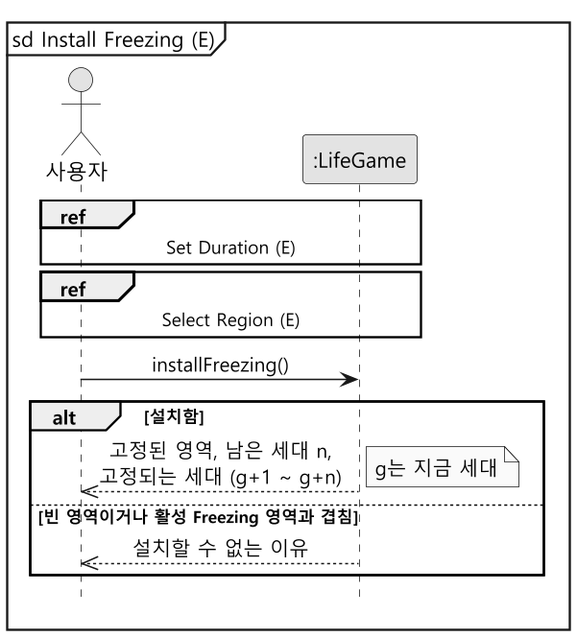
Above: docs/freezing/diagram/ssd-install.png in mckimR1972/DP_team_project (PlantUML), before the change.
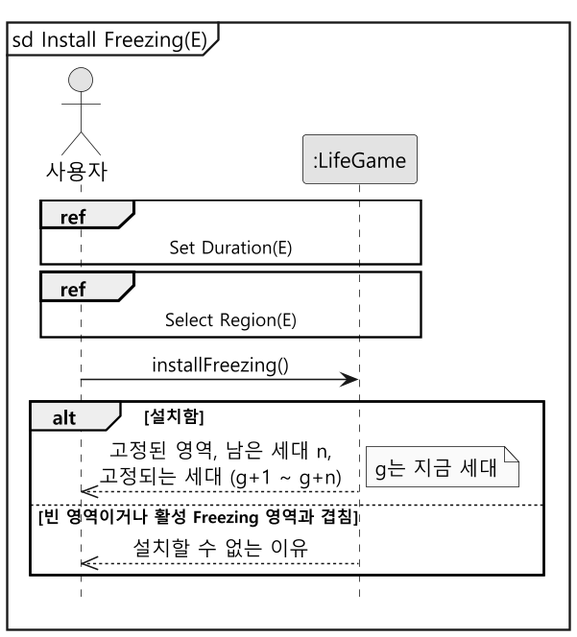
After the change.

Diff of the diagram source:
```diff
@@ -5,13 +5,13 @@
 skinparam defaultFontName "Malgun Gothic"
 skinparam sequenceMessageAlign center
 hide footbox
-mainframe sd Install Freezing (E)
+mainframe sd Install Freezing(E)
 
 actor "사용자" as User
 participant ":LifeGame" as System
 
-ref over User, System : Set Duration (E)
-ref over User, System : Select Region (E)
+ref over User, System : Set Duration(E)
+ref over User, System : Select Region(E)
 
 User -> System : installFreezing()
 alt 설치함
```
